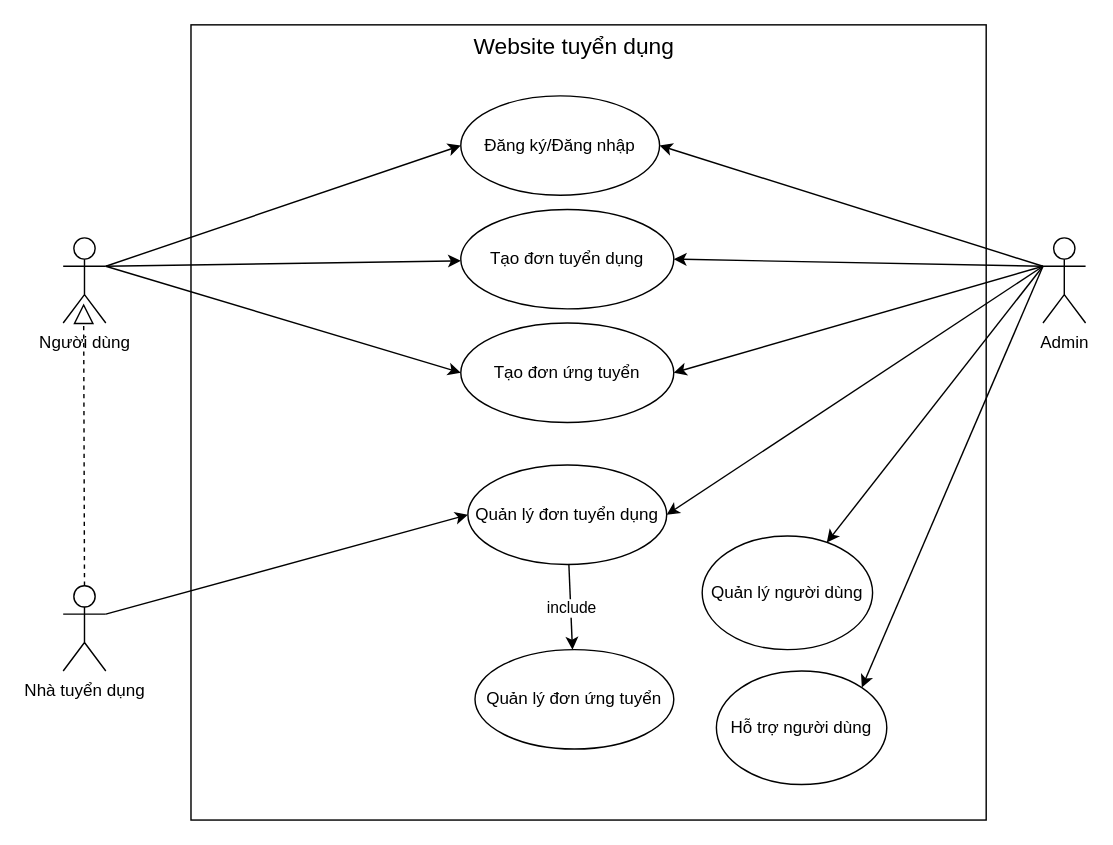
This is DacTaUSECASE.drawio from LeeTaDa/LeTatDat, a draw.io file, before an edit. Source tidied: cells renumbered, new cells numbered last; positions are measured from the earlier drawing's top-left corner, leaving out a move shared by most shapes. Both pictures are drawn from the tidied source at 142%, with x=0, y=0 at pixel (62, 24).
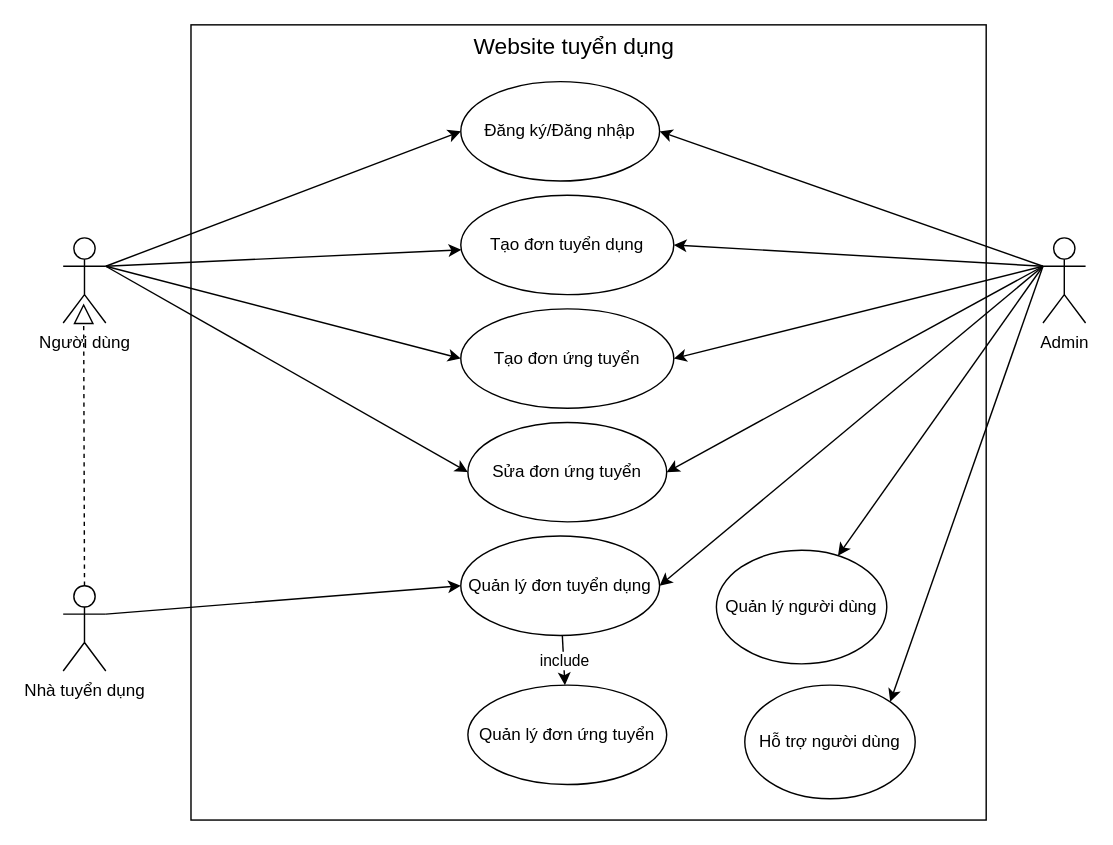
The same diagram, later.

The change refers to these unchanged cells:
```xml
<mxCell id="5" value="Người dùng&lt;div&gt;&lt;br&gt;&lt;/div&gt;" style="shape=umlActor;verticalLabelPosition=bottom;verticalAlign=top;html=1;" parent="1" vertex="1">
  <mxGeometry y="150" width="30" height="60" as="geometry" />
</mxCell>
```

Diff of the diagram source:
```diff
@@
     <mxCell id="6" value="Đăng ký/Đăng nhập" style="ellipse;whiteSpace=wrap;html=1;" parent="1" vertex="1">
-      <mxGeometry x="280" y="50" width="140" height="70" as="geometry" />
+      <mxGeometry x="280" y="40" width="140" height="70" as="geometry" />
     </mxCell>
     <mxCell id="7" value="Tạo đơn tuyển dụng" style="ellipse;whiteSpace=wrap;html=1;" parent="1" vertex="1">
-      <mxGeometry x="280" y="130" width="150" height="70" as="geometry" />
+      <mxGeometry x="280" y="120" width="150" height="70" as="geometry" />
     </mxCell>
     <mxCell id="8" value="Tạo đơn ứng tuyển" style="ellipse;whiteSpace=wrap;html=1;" parent="1" vertex="1">
-      <mxGeometry x="280" y="210" width="150" height="70" as="geometry" />
+      <mxGeometry x="280" y="200" width="150" height="70" as="geometry" />
     </mxCell>
@@
     <mxCell id="11" value="Quản lý đơn tuyển dụng" style="ellipse;whiteSpace=wrap;html=1;" parent="1" vertex="1">
-      <mxGeometry x="285" y="310" width="140" height="70" as="geometry" />
+      <mxGeometry x="280" y="360" width="140" height="70" as="geometry" />
     </mxCell>
     <mxCell id="12" value="Quản lý đơn ứng tuyển" style="ellipse;whiteSpace=wrap;html=1;" parent="1" vertex="1">
-      <mxGeometry x="290" y="440" width="140" height="70" as="geometry" />
+      <mxGeometry x="285" y="465" width="140" height="70" as="geometry" />
     </mxCell>
@@
+    <mxCell id="28" style="rounded=0;jettySize=auto;html=1;entryX=1;entryY=0.5;entryDx=0;entryDy=0;" parent="1" edge="1" target="29">
+      <mxGeometry relative="1" as="geometry">
+        <mxPoint x="690" y="170" as="sourcePoint" />
+      </mxGeometry>
+    </mxCell>
@@
     <mxCell id="23" value="Quản lý người dùng" style="ellipse;whiteSpace=wrap;html=1;" parent="1" vertex="1">
-      <mxGeometry x="450" y="360" width="120" height="80" as="geometry" />
+      <mxGeometry x="460" y="370" width="120" height="80" as="geometry" />
     </mxCell>
@@
     <mxCell id="25" value="Hỗ trợ người dùng" style="ellipse;whiteSpace=wrap;html=1;" parent="1" vertex="1">
-      <mxGeometry x="460" y="455" width="120" height="80" as="geometry" />
+      <mxGeometry x="480" y="465" width="120" height="80" as="geometry" />
     </mxCell>
@@
+    <mxCell id="29" value="Sửa đơn ứng tuyển" style="ellipse;whiteSpace=wrap;html=1;" parent="1" vertex="1">
+      <mxGeometry x="285" y="280" width="140" height="70" as="geometry" />
+    </mxCell>
+    <mxCell id="30" style="rounded=0;jettySize=auto;html=1;exitX=1;exitY=0.3333333333333333;exitDx=0;exitDy=0;exitPerimeter=0;entryX=0;entryY=0.5;entryDx=0;entryDy=0;" parent="1" edge="1" source="5" target="29">
+      <mxGeometry relative="1" as="geometry" />
+    </mxCell>
```
